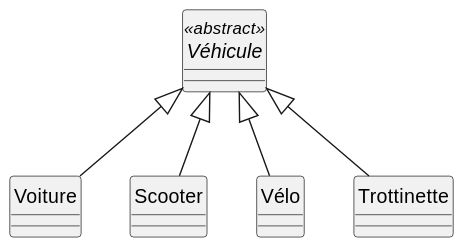
Earlier version of the PlantUML export out/plant_uml/exempleDiagClasse/exempleDiagClasse.svg (gigl-uml/Guide_uml_polymtl).
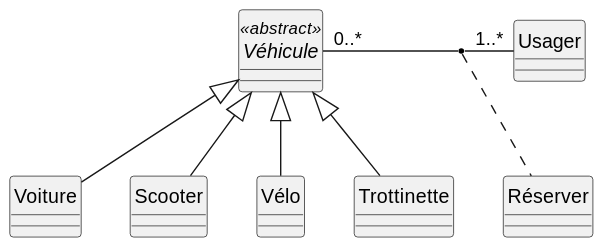
Above is the later version.

Commit message:
ajout classe d'association

The edit, as a diff of the source:
```diff
@@ -16,9 +16,16 @@
 class Trottinette {
 
 }
+class Usager {
+
+}
+
+class Réserver{}
 
 Véhicule <|-- Voiture
 Véhicule <|-- Scooter
 Véhicule <|-- Vélo
 Véhicule <|-- Trottinette
+Véhicule "0..*" - "1..*" Usager
+(Véhicule, Usager) .. Réserver
 @enduml
```
